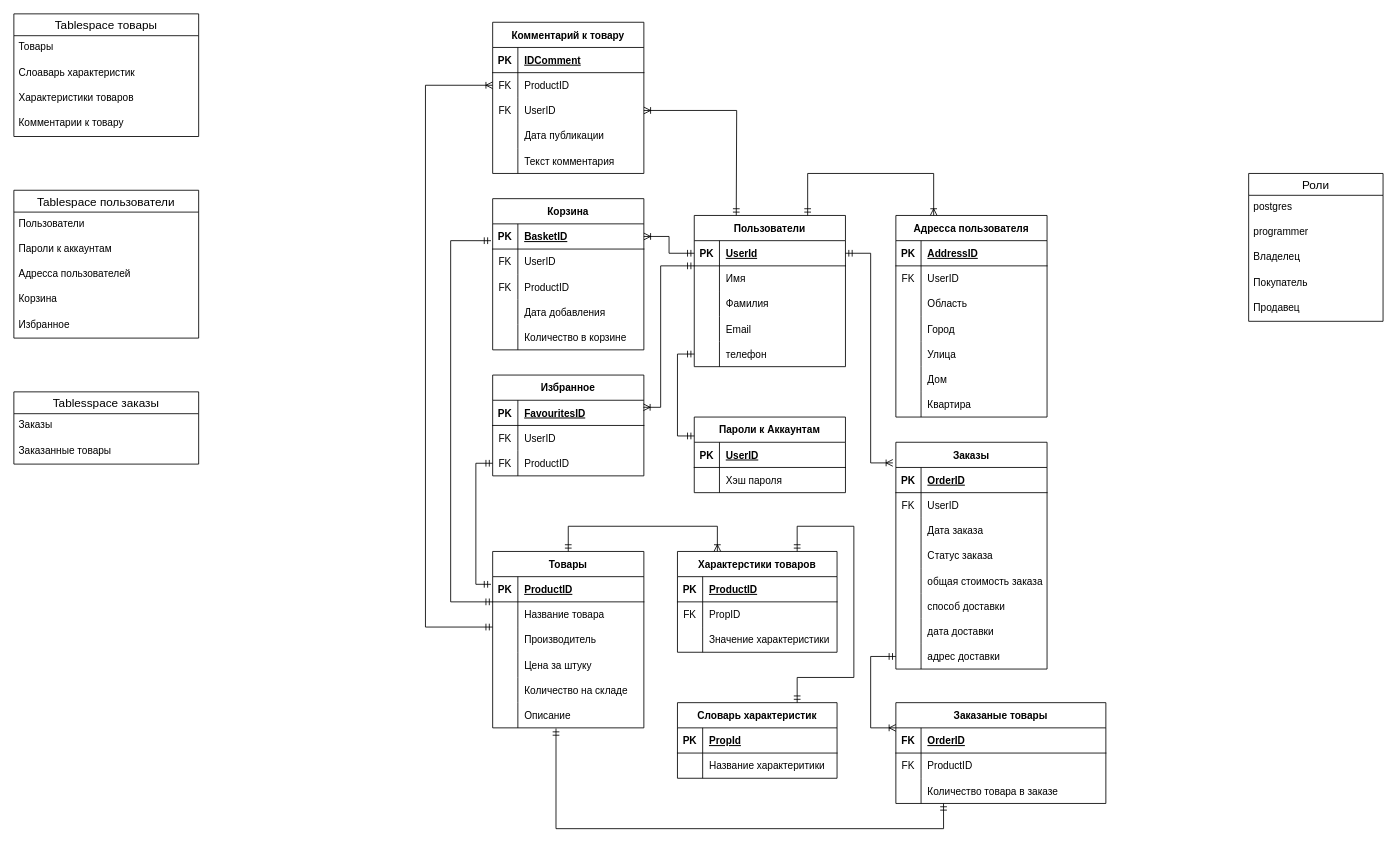
Above: docs/UML схема БД.drawio in Stanlslaw/DB-Project-PostgreSQL-2k2s (draw.io), before the change. Source tidied: cells renumbered, new cells numbered last; positions are measured from the earlier drawing's top-left corner, leaving out a move shared by most shapes. Both pictures are drawn from the tidied source at 84%, with x=0, y=0 at pixel (13, 13).
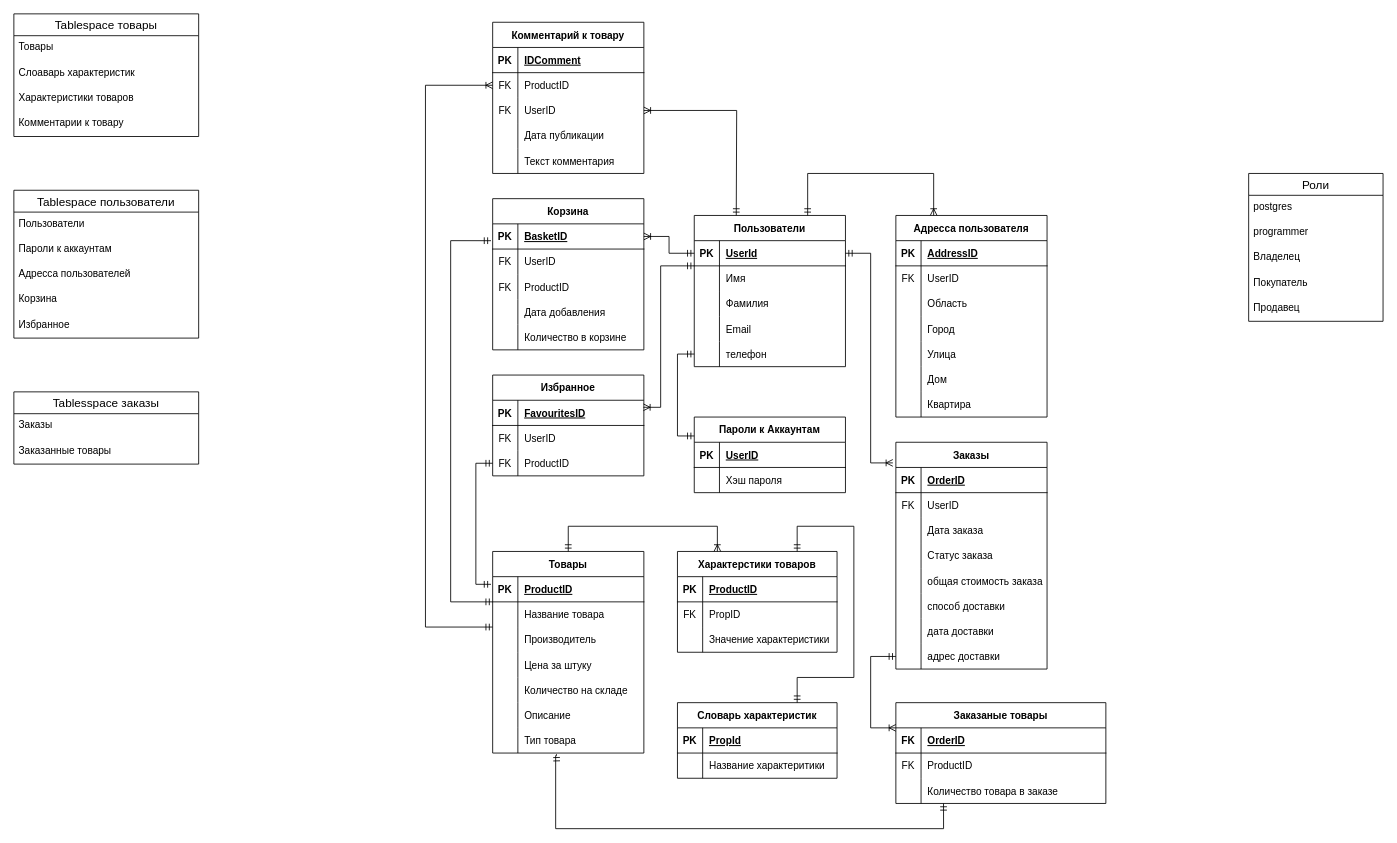
After the change.

Unchanged cells that the change refers to:
```xml
<mxCell id="118" style="shape=tableRow;horizontal=0;startSize=0;swimlaneHead=0;swimlaneBody=0;fillColor=none;points=[[0,0.5],[1,0.5]];portConstraint=eastwest;top=0;left=0;right=0;bottom=0;" parent="111" vertex="1">
  <mxGeometry y="90" width="250" height="30" as="geometry" />
</mxCell>
<mxCell id="138" style="shape=tableRow;horizontal=0;startSize=0;swimlaneHead=0;swimlaneBody=0;fillColor=none;points=[[0,0.5],[1,0.5]];portConstraint=eastwest;top=0;left=0;right=0;bottom=0;" parent="122" vertex="1">
  <mxGeometry y="180" width="180" height="30" as="geometry" />
</mxCell>
```

Change to the diagram source:
```diff
@@
     <mxCell id="122" value="Товары" style="shape=table;startSize=30;childLayout=tableLayout;rowLines=0;fontStyle=1;align=center;" parent="1" vertex="1">
-      <mxGeometry x="570" y="640" width="180" height="210" as="geometry" />
+      <mxGeometry x="570" y="640" width="180" height="240" as="geometry" />
     </mxCell>
@@
+    <mxCell id="193" style="shape=tableRow;horizontal=0;startSize=0;swimlaneHead=0;swimlaneBody=0;fillColor=none;points=[[0,0.5],[1,0.5]];portConstraint=eastwest;top=0;left=0;right=0;bottom=0;" parent="122" vertex="1">
+      <mxGeometry y="210" width="180" height="30" as="geometry" />
+    </mxCell>
+    <mxCell id="194" style="shape=partialRectangle;fillColor=none;top=0;left=0;bottom=0;right=0;overflow=hidden;" parent="193" vertex="1">
+      <mxGeometry width="30" height="30" as="geometry" />
+    </mxCell>
+    <mxCell id="195" value="Тип товара" style="shape=partialRectangle;fillColor=none;top=0;left=0;bottom=0;right=0;align=left;spacingLeft=6;overflow=hidden;" parent="193" vertex="1">
+      <mxGeometry x="30" width="150" height="30" as="geometry" />
+    </mxCell>
@@
-    <mxCell id="172" style="edgeStyle=orthogonalEdgeStyle;fontSize=12;html=1;endArrow=ERmandOne;startArrow=ERmandOne;rounded=0;exitX=0.419;exitY=1.025;exitDx=0;exitDy=0;exitPerimeter=0;entryX=0.227;entryY=0.998;entryDx=0;entryDy=0;entryPerimeter=0;" parent="1" edge="1" source="138" target="118">
+    <mxCell id="172" style="edgeStyle=orthogonalEdgeStyle;fontSize=12;html=1;endArrow=ERmandOne;startArrow=ERmandOne;rounded=0;exitX=0.422;exitY=1.044;exitDx=0;exitDy=0;exitPerimeter=0;entryX=0.227;entryY=0.998;entryDx=0;entryDy=0;entryPerimeter=0;" parent="1" edge="1" source="193" target="118">
       <mxGeometry relative="1" as="geometry">
         <Array as="points">
+          <mxPoint x="646" y="883" />
           <mxPoint x="645" y="970" />
           <mxPoint x="1107" y="970" />
         </Array>
       </mxGeometry>
     </mxCell>
```
